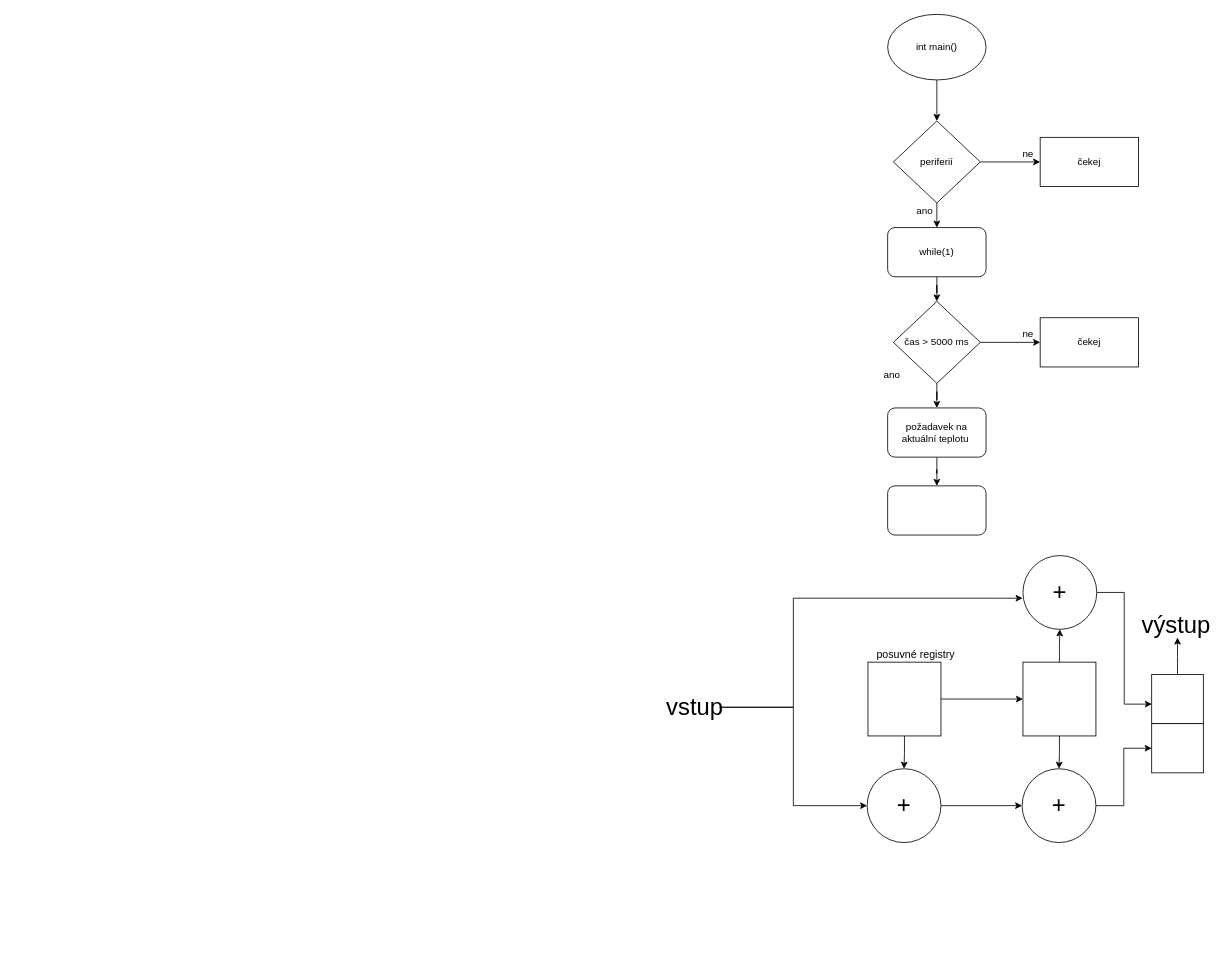
peoblouk/Merici_stanice_PROJECT keeps this draw.io diagram as dokumenty/Blokovové_schema.drawio. Above is the earlier version. Source tidied: cells renumbered, new cells numbered last; positions are measured from the earlier drawing's top-left corner, leaving out a move shared by most shapes. Both pictures are drawn from the tidied source at 82%, with x=0, y=0 at pixel (670, 14).
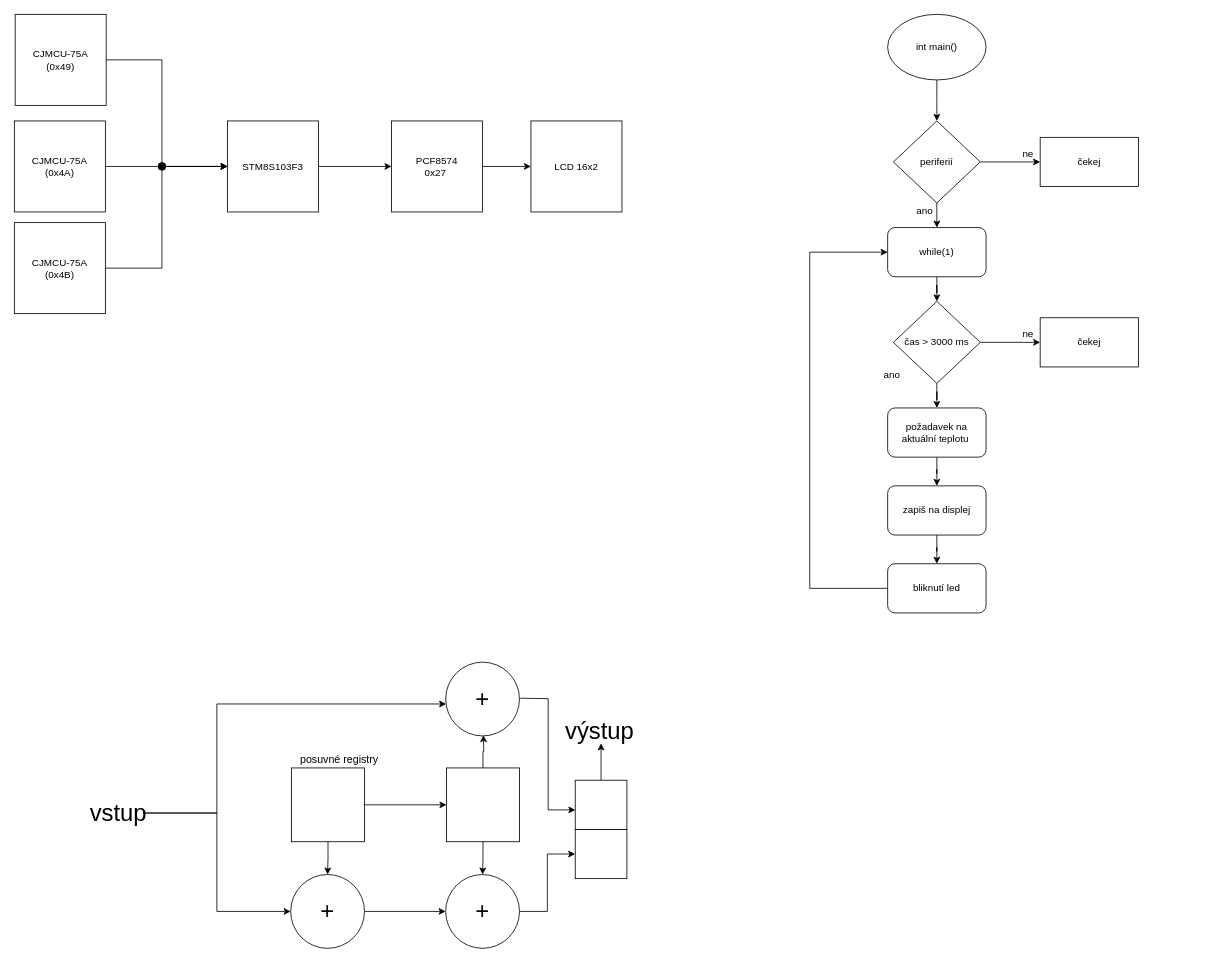
The same page after the edit.

The change refers to these unchanged cells:
```xml
<mxCell id="31" value="while(1)" style="rounded=1;whiteSpace=wrap;html=1;fontSize=12;" parent="1" vertex="1">
  <mxGeometry x="265" y="260" width="120" height="60" as="geometry" />
</mxCell>
```

Change to the diagram source:
```diff
@@
     <mxCell id="12" style="rounded=0;whiteSpace=wrap;html=1;" parent="1" vertex="1">
-      <mxGeometry x="241" y="790" width="89" height="90" as="geometry" />
+      <mxGeometry x="-462" y="919" width="89" height="90" as="geometry" />
     </mxCell>
@@
-    <mxCell id="14" style="edgeStyle=orthogonalEdgeStyle;rounded=0;jettySize=auto;html=1;fontSize=29;" parent="1" edge="1" source="15" target="21">
-      <mxGeometry relative="1" as="geometry" />
+    <mxCell id="14" style="edgeStyle=orthogonalEdgeStyle;rounded=0;jettySize=auto;html=1;fontSize=29;" parent="1" edge="1" source="15">
+      <mxGeometry relative="1" as="geometry">
+        <mxPoint x="-228" y="879" as="targetPoint" />
+      </mxGeometry>
     </mxCell>
     <mxCell id="15" style="rounded=0;whiteSpace=wrap;html=1;" parent="1" vertex="1">
-      <mxGeometry x="430" y="790" width="89" height="90" as="geometry" />
+      <mxGeometry x="-273" y="919" width="89" height="90" as="geometry" />
     </mxCell>
@@
     <mxCell id="17" value="&lt;font style=&quot;font-size: 29px;&quot;&gt;+&lt;/font&gt;" style="ellipse;whiteSpace=wrap;html=1;" parent="1" vertex="1">
-      <mxGeometry x="240" y="920" width="90" height="90" as="geometry" />
+      <mxGeometry x="-463" y="1049" width="90" height="90" as="geometry" />
     </mxCell>
@@
     <mxCell id="19" value="&lt;font style=&quot;font-size: 29px;&quot;&gt;+&lt;/font&gt;" style="ellipse;whiteSpace=wrap;html=1;" parent="1" vertex="1">
-      <mxGeometry x="429" y="920" width="90" height="90" as="geometry" />
+      <mxGeometry x="-274" y="1049" width="90" height="90" as="geometry" />
     </mxCell>
-    <mxCell id="20" style="edgeStyle=orthogonalEdgeStyle;rounded=0;jettySize=auto;html=1;entryX=0.003;entryY=0.603;entryDx=0;entryDy=0;entryPerimeter=0;fontSize=29;" parent="1" edge="1" source="21" target="23">
-      <mxGeometry relative="1" as="geometry" />
+    <mxCell id="20" style="edgeStyle=orthogonalEdgeStyle;rounded=0;jettySize=auto;html=1;entryX=0.003;entryY=0.603;entryDx=0;entryDy=0;entryPerimeter=0;fontSize=29;" parent="1" edge="1" target="23">
+      <mxGeometry relative="1" as="geometry">
+        <mxPoint x="-183" y="834" as="sourcePoint" />
+      </mxGeometry>
     </mxCell>
     <mxCell id="21" value="&lt;font style=&quot;font-size: 29px;&quot;&gt;+&lt;/font&gt;" style="ellipse;whiteSpace=wrap;html=1;" parent="1" vertex="1">
-      <mxGeometry x="430" y="660" width="90" height="90" as="geometry" />
+      <mxGeometry x="-274" y="790" width="90" height="90" as="geometry" />
     </mxCell>
     <mxCell id="22" style="edgeStyle=orthogonalEdgeStyle;rounded=0;jettySize=auto;html=1;fontSize=29;" parent="1" edge="1" source="23">
       <mxGeometry relative="1" as="geometry">
-        <mxPoint x="618.5" y="760" as="targetPoint" />
+        <mxPoint x="-84.5" y="889" as="targetPoint" />
       </mxGeometry>
     </mxCell>
     <mxCell id="23" style="rounded=0;whiteSpace=wrap;html=1;fontSize=29;" parent="1" vertex="1">
-      <mxGeometry x="587" y="805" width="63" height="60" as="geometry" />
+      <mxGeometry x="-116" y="934" width="63" height="60" as="geometry" />
     </mxCell>
     <mxCell id="24" style="rounded=0;whiteSpace=wrap;html=1;fontSize=29;" parent="1" vertex="1">
-      <mxGeometry x="587" y="865" width="63" height="60" as="geometry" />
+      <mxGeometry x="-116" y="994" width="63" height="60" as="geometry" />
     </mxCell>
     <mxCell id="25" style="edgeStyle=orthogonalEdgeStyle;rounded=0;jettySize=auto;html=1;entryX=0;entryY=0.5;entryDx=0;entryDy=0;fontSize=29;" parent="1" edge="1" source="27" target="17">
       <mxGeometry relative="1" as="geometry">
         <Array as="points">
-          <mxPoint x="150" y="845" />
-          <mxPoint x="150" y="965" />
+          <mxPoint x="-553" y="974" />
+          <mxPoint x="-553" y="1094" />
         </Array>
       </mxGeometry>
     </mxCell>
-    <mxCell id="26" style="edgeStyle=orthogonalEdgeStyle;rounded=0;jettySize=auto;html=1;entryX=-0.004;entryY=0.578;entryDx=0;entryDy=0;entryPerimeter=0;fontSize=29;" parent="1" edge="1" source="27" target="21">
+    <mxCell id="26" style="edgeStyle=orthogonalEdgeStyle;rounded=0;jettySize=auto;html=1;entryX=-0.004;entryY=0.578;entryDx=0;entryDy=0;entryPerimeter=0;fontSize=29;" parent="1" edge="1" source="27">
       <mxGeometry relative="1" as="geometry">
+        <mxPoint x="-273.4" y="841" as="targetPoint" />
         <Array as="points">
-          <mxPoint x="150" y="845" />
-          <mxPoint x="150" y="712" />
+          <mxPoint x="-553" y="974" />
+          <mxPoint x="-553" y="841" />
         </Array>
       </mxGeometry>
     </mxCell>
     <mxCell id="27" value="vstup" style="text;html=1;strokeColor=none;fillColor=none;align=center;verticalAlign=middle;whiteSpace=wrap;rounded=0;fontSize=29;" parent="1" vertex="1">
-      <mxGeometry y="830" width="60" height="30" as="geometry" />
+      <mxGeometry x="-703" y="959" width="60" height="30" as="geometry" />
     </mxCell>
     <mxCell id="28" value="výstup" style="text;html=1;strokeColor=none;fillColor=none;align=center;verticalAlign=middle;whiteSpace=wrap;rounded=0;fontSize=29;" parent="1" vertex="1">
-      <mxGeometry x="587" y="730" width="60" height="30" as="geometry" />
+      <mxGeometry x="-116" y="859" width="60" height="30" as="geometry" />
     </mxCell>
     <mxCell id="29" value="&lt;font style=&quot;font-size: 13px;&quot;&gt;posuvné registry&lt;/font&gt;" style="text;html=1;strokeColor=none;fillColor=none;align=center;verticalAlign=middle;whiteSpace=wrap;rounded=0;fontSize=29;" parent="1" vertex="1">
-      <mxGeometry x="249" y="760" width="101" height="30" as="geometry" />
+      <mxGeometry x="-454" y="889" width="101" height="30" as="geometry" />
     </mxCell>
@@
-    <mxCell id="34" value="&lt;p style=&quot;line-height: 0.9;&quot;&gt;čas &amp;gt; 5000 ms&lt;/p&gt;" style="rhombus;whiteSpace=wrap;html=1;" parent="1" vertex="1">
+    <mxCell id="34" value="&lt;p style=&quot;line-height: 0.9;&quot;&gt;čas &amp;gt; 3000 ms&lt;/p&gt;" style="rhombus;whiteSpace=wrap;html=1;" parent="1" vertex="1">
       <mxGeometry x="272" y="350" width="106" height="100" as="geometry" />
     </mxCell>
@@
+    <mxCell id="41" style="edgeStyle=orthogonalEdgeStyle;rounded=0;jettySize=auto;html=1;entryX=0.5;entryY=0;entryDx=0;entryDy=0;" parent="1" edge="1" source="40" target="43">
+      <mxGeometry relative="1" as="geometry" />
+    </mxCell>
-    <mxCell id="40" style="rounded=1;whiteSpace=wrap;html=1;fontSize=12;" parent="1" vertex="1">
+    <mxCell id="40" value="zapiš na displej" style="rounded=1;whiteSpace=wrap;html=1;fontSize=12;" parent="1" vertex="1">
       <mxGeometry x="265" y="575" width="120" height="60" as="geometry" />
     </mxCell>
+    <mxCell id="42" style="edgeStyle=orthogonalEdgeStyle;rounded=0;jettySize=auto;html=1;entryX=0;entryY=0.5;entryDx=0;entryDy=0;" parent="1" edge="1" source="43" target="31">
+      <mxGeometry relative="1" as="geometry">
+        <Array as="points">
+          <mxPoint x="170" y="700" />
+          <mxPoint x="170" y="290" />
+        </Array>
+      </mxGeometry>
+    </mxCell>
+    <mxCell id="43" value="bliknutí led" style="rounded=1;whiteSpace=wrap;html=1;fontSize=12;" parent="1" vertex="1">
+      <mxGeometry x="265" y="670" width="120" height="60" as="geometry" />
+    </mxCell>
+    <mxCell id="44" style="edgeStyle=orthogonalEdgeStyle;rounded=0;jettySize=auto;html=1;entryX=0;entryY=0.5;entryDx=0;entryDy=0;" parent="1" edge="1" source="45" target="47">
+      <mxGeometry relative="1" as="geometry">
+        <Array as="points">
+          <mxPoint x="-620" y="55" />
+          <mxPoint x="-620" y="186" />
+        </Array>
+      </mxGeometry>
+    </mxCell>
+    <mxCell id="45" value="CJMCU-75A&lt;br&gt;(0x49)" style="whiteSpace=wrap;html=1;" parent="1" vertex="1">
+      <mxGeometry x="-799" width="111" height="111" as="geometry" />
+    </mxCell>
+    <mxCell id="46" style="edgeStyle=orthogonalEdgeStyle;rounded=0;jettySize=auto;html=1;entryX=0;entryY=0.5;entryDx=0;entryDy=0;fontSize=46;" parent="1" edge="1" source="47" target="53">
+      <mxGeometry relative="1" as="geometry" />
+    </mxCell>
+    <mxCell id="47" value="STM8S103F3" style="whiteSpace=wrap;html=1;" parent="1" vertex="1">
+      <mxGeometry x="-540" y="130" width="111" height="111" as="geometry" />
+    </mxCell>
+    <mxCell id="48" style="edgeStyle=orthogonalEdgeStyle;rounded=0;jettySize=auto;html=1;entryX=0;entryY=0.5;entryDx=0;entryDy=0;startArrow=none;" parent="1" edge="1" source="56" target="47">
+      <mxGeometry relative="1" as="geometry">
+        <Array as="points">
+          <mxPoint x="-620" y="186" />
+        </Array>
+      </mxGeometry>
+    </mxCell>
+    <mxCell id="49" value="CJMCU-75A&lt;br&gt;(0x4B)" style="whiteSpace=wrap;html=1;" parent="1" vertex="1">
+      <mxGeometry x="-800" y="254" width="111" height="111" as="geometry" />
+    </mxCell>
+    <mxCell id="50" style="edgeStyle=orthogonalEdgeStyle;rounded=0;jettySize=auto;html=1;entryX=0;entryY=0.5;entryDx=0;entryDy=0;startArrow=none;" parent="1" edge="1" source="56" target="47">
+      <mxGeometry relative="1" as="geometry" />
+    </mxCell>
+    <mxCell id="51" value="CJMCU-75A&lt;br&gt;(0x4A)" style="whiteSpace=wrap;html=1;" parent="1" vertex="1">
+      <mxGeometry x="-800" y="130" width="111" height="111" as="geometry" />
+    </mxCell>
+    <mxCell id="52" style="edgeStyle=orthogonalEdgeStyle;rounded=0;jettySize=auto;html=1;fontFamily=Helvetica;fontSize=12;fontColor=#000000;" parent="1" edge="1" source="53" target="54">
+      <mxGeometry relative="1" as="geometry" />
+    </mxCell>
+    <mxCell id="53" value="&lt;span style=&quot;text-align: left; background-color: rgb(255, 255, 255);&quot;&gt;&lt;font style=&quot;font-size: 12px;&quot;&gt;PCF8574&lt;br&gt;0x27&amp;nbsp;&lt;/font&gt;&lt;/span&gt;" style="whiteSpace=wrap;html=1;" parent="1" vertex="1">
+      <mxGeometry x="-340" y="130" width="111" height="111" as="geometry" />
+    </mxCell>
+    <mxCell id="54" value="&lt;div style=&quot;text-align: left;&quot;&gt;&lt;span style=&quot;background-color: rgb(255, 255, 255);&quot;&gt;LCD 16x2&lt;/span&gt;&lt;/div&gt;" style="whiteSpace=wrap;html=1;" parent="1" vertex="1">
+      <mxGeometry x="-170" y="130" width="111" height="111" as="geometry" />
+    </mxCell>
+    <mxCell id="55" style="edgeStyle=orthogonalEdgeStyle;rounded=0;jettySize=auto;html=1;entryDx=0;entryDy=0;endArrow=none;" parent="1" edge="1" source="51" target="56">
+      <mxGeometry relative="1" as="geometry" />
+    </mxCell>
+    <mxCell id="56" style="shape=waypoint;sketch=0;fillStyle=solid;size=6;points=[];fillColor=none;perimeter=centerPerimeter;snapToPoint=1;labelBackgroundColor=#FFFFFF;fontFamily=Helvetica;fontSize=12;fontColor=#000000;strokeWidth=3;" parent="1" vertex="1">
+      <mxGeometry x="-640" y="165.5" width="40" height="40" as="geometry" />
+    </mxCell>
+    <mxCell id="57" style="edgeStyle=orthogonalEdgeStyle;rounded=0;jettySize=auto;html=1;entryDx=0;entryDy=0;endArrow=none;" parent="1" edge="1" source="49" target="56">
+      <mxGeometry relative="1" as="geometry">
+        <Array as="points">
+          <mxPoint x="-620" y="310" />
+        </Array>
+      </mxGeometry>
+    </mxCell>
```
